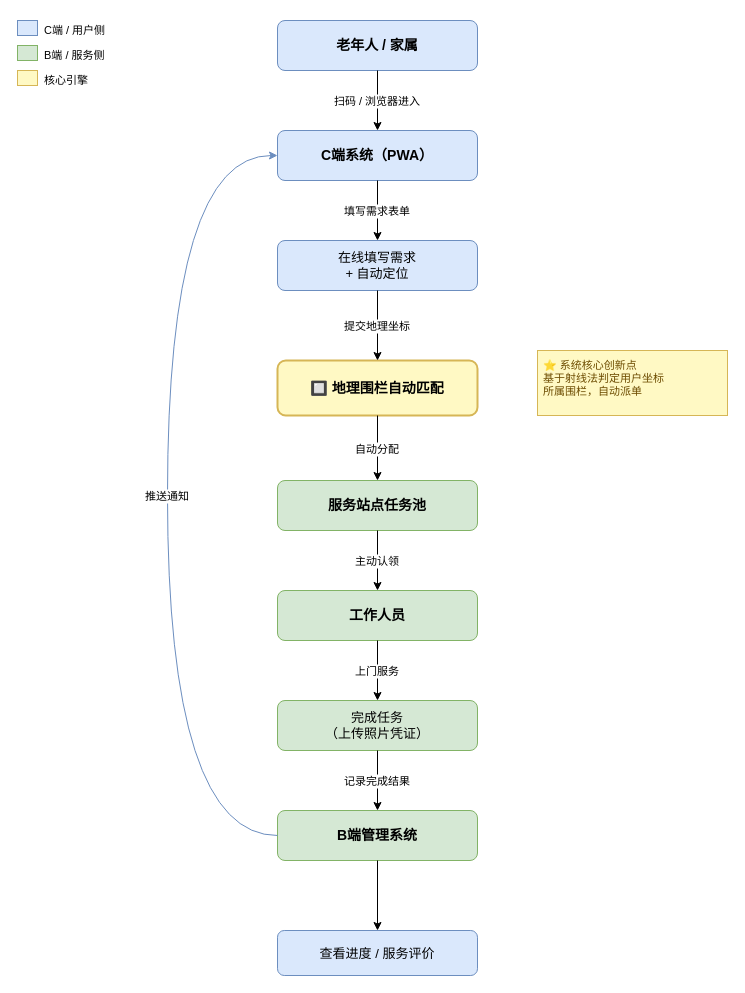
julesChu12/scare keeps this draw.io diagram as paper/附件/diagrams/fig3-2-new-flow.drawio. Above is the earlier version. Source tidied: cells renumbered, new cells numbered last; positions are measured from the earlier drawing's top-left corner, leaving out a move shared by most shapes. Both pictures are drawn from the tidied source at 100%, with x=0, y=0 at pixel (17, 17).
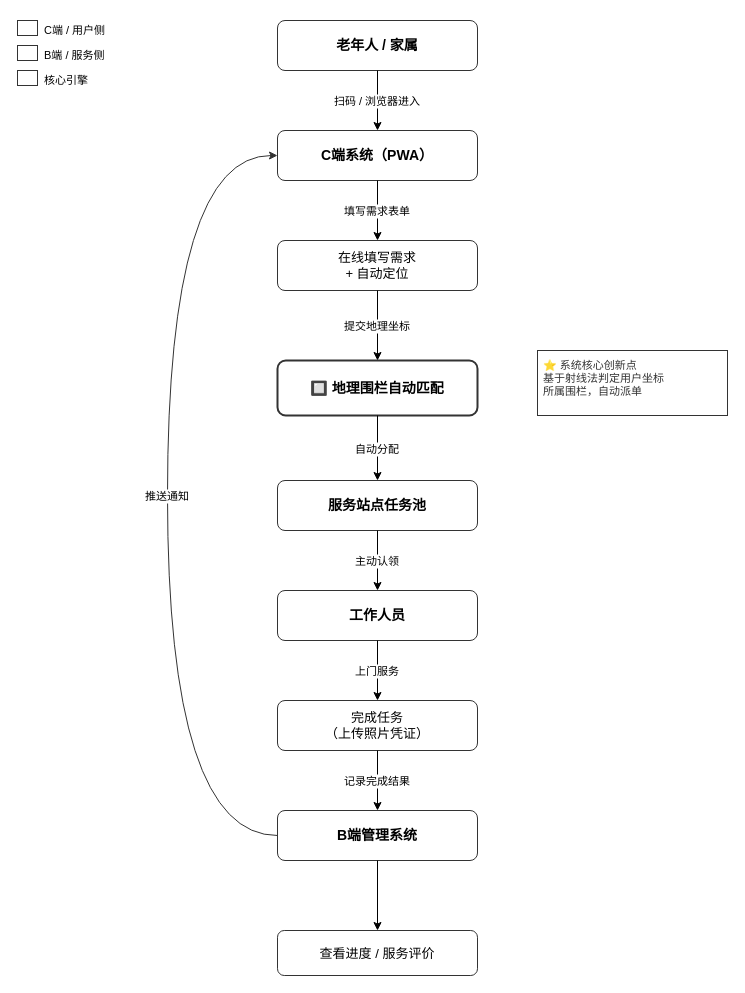
After the change.

The edit, as a diff of the source:
```diff
@@
-    <mxCell id="2" value="老年人 / 家属" style="rounded=1;whiteSpace=wrap;html=1;fillColor=#dae8fc;strokeColor=#6c8ebf;fontSize=14;fontStyle=1;" parent="1" vertex="1">
+    <mxCell id="2" value="老年人 / 家属" style="rounded=1;whiteSpace=wrap;html=1;fillColor=#ffffff;strokeColor=#333333;fontSize=14;fontStyle=1;" parent="1" vertex="1">
       <mxGeometry x="260" y="3" width="200" height="50" as="geometry" />
     </mxCell>
-    <mxCell id="3" value="C端系统（PWA）" style="rounded=1;whiteSpace=wrap;html=1;fillColor=#dae8fc;strokeColor=#6c8ebf;fontSize=14;fontStyle=1;" parent="1" vertex="1">
+    <mxCell id="3" value="C端系统（PWA）" style="rounded=1;whiteSpace=wrap;html=1;fillColor=#ffffff;strokeColor=#333333;fontSize=14;fontStyle=1;" parent="1" vertex="1">
       <mxGeometry x="260" y="113" width="200" height="50" as="geometry" />
     </mxCell>
@@
-    <mxCell id="5" value="在线填写需求&#10;+ 自动定位" style="rounded=1;whiteSpace=wrap;html=1;fillColor=#dae8fc;strokeColor=#6c8ebf;fontSize=13;" parent="1" vertex="1">
+    <mxCell id="5" value="在线填写需求&#10;+ 自动定位" style="rounded=1;whiteSpace=wrap;html=1;fillColor=#ffffff;strokeColor=#333333;fontSize=13;" parent="1" vertex="1">
       <mxGeometry x="260" y="223" width="200" height="50" as="geometry" />
     </mxCell>
@@
-    <mxCell id="7" value="🔲 地理围栏自动匹配" style="rounded=1;whiteSpace=wrap;html=1;fillColor=#fff9c4;strokeColor=#d6b656;fontSize=14;fontStyle=1;strokeWidth=2;" parent="1" vertex="1">
+    <mxCell id="7" value="🔲 地理围栏自动匹配" style="rounded=1;whiteSpace=wrap;html=1;fillColor=#ffffff;strokeColor=#333333;fontSize=14;fontStyle=1;strokeWidth=2;" parent="1" vertex="1">
       <mxGeometry x="260" y="343" width="200" height="55" as="geometry" />
     </mxCell>
@@
-    <mxCell id="9" value="⭐ 系统核心创新点&#10;基于射线法判定用户坐标&#10;所属围栏，自动派单" style="text;html=1;align=left;verticalAlign=top;whiteSpace=wrap;rounded=0;fillColor=#fff9c4;strokeColor=#d6b656;fontSize=11;fontColor=#6d4c00;spacingLeft=4;spacingTop=2;" parent="1" vertex="1">
+    <mxCell id="9" value="⭐ 系统核心创新点&#10;基于射线法判定用户坐标&#10;所属围栏，自动派单" style="text;html=1;align=left;verticalAlign=top;whiteSpace=wrap;rounded=0;fillColor=#ffffff;strokeColor=#333333;fontSize=11;fontColor=#333333;spacingLeft=4;spacingTop=2;" parent="1" vertex="1">
       <mxGeometry x="520" y="333" width="190" height="65" as="geometry" />
     </mxCell>
-    <mxCell id="10" value="服务站点任务池" style="rounded=1;whiteSpace=wrap;html=1;fillColor=#d5e8d4;strokeColor=#82b366;fontSize=14;fontStyle=1;" parent="1" vertex="1">
+    <mxCell id="10" value="服务站点任务池" style="rounded=1;whiteSpace=wrap;html=1;fillColor=#ffffff;strokeColor=#333333;fontSize=14;fontStyle=1;" parent="1" vertex="1">
       <mxGeometry x="260" y="463" width="200" height="50" as="geometry" />
     </mxCell>
@@
-    <mxCell id="12" value="工作人员" style="rounded=1;whiteSpace=wrap;html=1;fillColor=#d5e8d4;strokeColor=#82b366;fontSize=14;fontStyle=1;" parent="1" vertex="1">
+    <mxCell id="12" value="工作人员" style="rounded=1;whiteSpace=wrap;html=1;fillColor=#ffffff;strokeColor=#333333;fontSize=14;fontStyle=1;" parent="1" vertex="1">
       <mxGeometry x="260" y="573" width="200" height="50" as="geometry" />
     </mxCell>
@@
-    <mxCell id="14" value="完成任务&#10;（上传照片凭证）" style="rounded=1;whiteSpace=wrap;html=1;fillColor=#d5e8d4;strokeColor=#82b366;fontSize=13;" parent="1" vertex="1">
+    <mxCell id="14" value="完成任务&#10;（上传照片凭证）" style="rounded=1;whiteSpace=wrap;html=1;fillColor=#ffffff;strokeColor=#333333;fontSize=13;" parent="1" vertex="1">
       <mxGeometry x="260" y="683" width="200" height="50" as="geometry" />
     </mxCell>
@@
-    <mxCell id="16" value="B端管理系统" style="rounded=1;whiteSpace=wrap;html=1;fillColor=#d5e8d4;strokeColor=#82b366;fontSize=14;fontStyle=1;" parent="1" vertex="1">
+    <mxCell id="16" value="B端管理系统" style="rounded=1;whiteSpace=wrap;html=1;fillColor=#ffffff;strokeColor=#333333;fontSize=14;fontStyle=1;" parent="1" vertex="1">
       <mxGeometry x="260" y="793" width="200" height="50" as="geometry" />
     </mxCell>
@@
-    <mxCell id="18" value="推送通知" style="edgeStyle=orthogonalEdgeStyle;rounded=1;exitX=0;exitY=0.5;exitDx=0;exitDy=0;entryX=0;entryY=0.5;entryDx=0;entryDy=0;curved=1;dashed=0;fontSize=11;strokeColor=#6c8ebf;strokeWidth=1;" parent="1" edge="1" source="16" target="3">
+    <mxCell id="18" value="推送通知" style="edgeStyle=orthogonalEdgeStyle;rounded=1;exitX=0;exitY=0.5;exitDx=0;exitDy=0;entryX=0;entryY=0.5;entryDx=0;entryDy=0;curved=1;dashed=0;fontSize=11;strokeColor=#333333;strokeWidth=1;" parent="1" edge="1" source="16" target="3">
       <mxGeometry relative="1" as="geometry">
         <Array as="points">
           <mxPoint x="150" y="818" />
           <mxPoint x="150" y="138" />
         </Array>
       </mxGeometry>
     </mxCell>
-    <mxCell id="19" value="查看进度 / 服务评价" style="rounded=1;whiteSpace=wrap;html=1;fillColor=#dae8fc;strokeColor=#6c8ebf;fontSize=13;" parent="1" vertex="1">
+    <mxCell id="19" value="查看进度 / 服务评价" style="rounded=1;whiteSpace=wrap;html=1;fillColor=#ffffff;strokeColor=#333333;fontSize=13;" parent="1" vertex="1">
       <mxGeometry x="260" y="913" width="200" height="45" as="geometry" />
     </mxCell>
@@
-    <mxCell id="21" style="rounded=0;whiteSpace=wrap;html=1;fillColor=#dae8fc;strokeColor=#6c8ebf;" parent="1" vertex="1">
+    <mxCell id="21" style="rounded=0;whiteSpace=wrap;html=1;fillColor=#ffffff;strokeColor=#333333;" parent="1" vertex="1">
       <mxGeometry y="3" width="20" height="15" as="geometry" />
     </mxCell>
@@
-    <mxCell id="23" style="rounded=0;whiteSpace=wrap;html=1;fillColor=#d5e8d4;strokeColor=#82b366;" parent="1" vertex="1">
+    <mxCell id="23" style="rounded=0;whiteSpace=wrap;html=1;fillColor=#ffffff;strokeColor=#333333;" parent="1" vertex="1">
       <mxGeometry y="28" width="20" height="15" as="geometry" />
     </mxCell>
@@
-    <mxCell id="25" style="rounded=0;whiteSpace=wrap;html=1;fillColor=#fff9c4;strokeColor=#d6b656;" parent="1" vertex="1">
+    <mxCell id="25" style="rounded=0;whiteSpace=wrap;html=1;fillColor=#ffffff;strokeColor=#333333;" parent="1" vertex="1">
       <mxGeometry y="53" width="20" height="15" as="geometry" />
     </mxCell>
```
